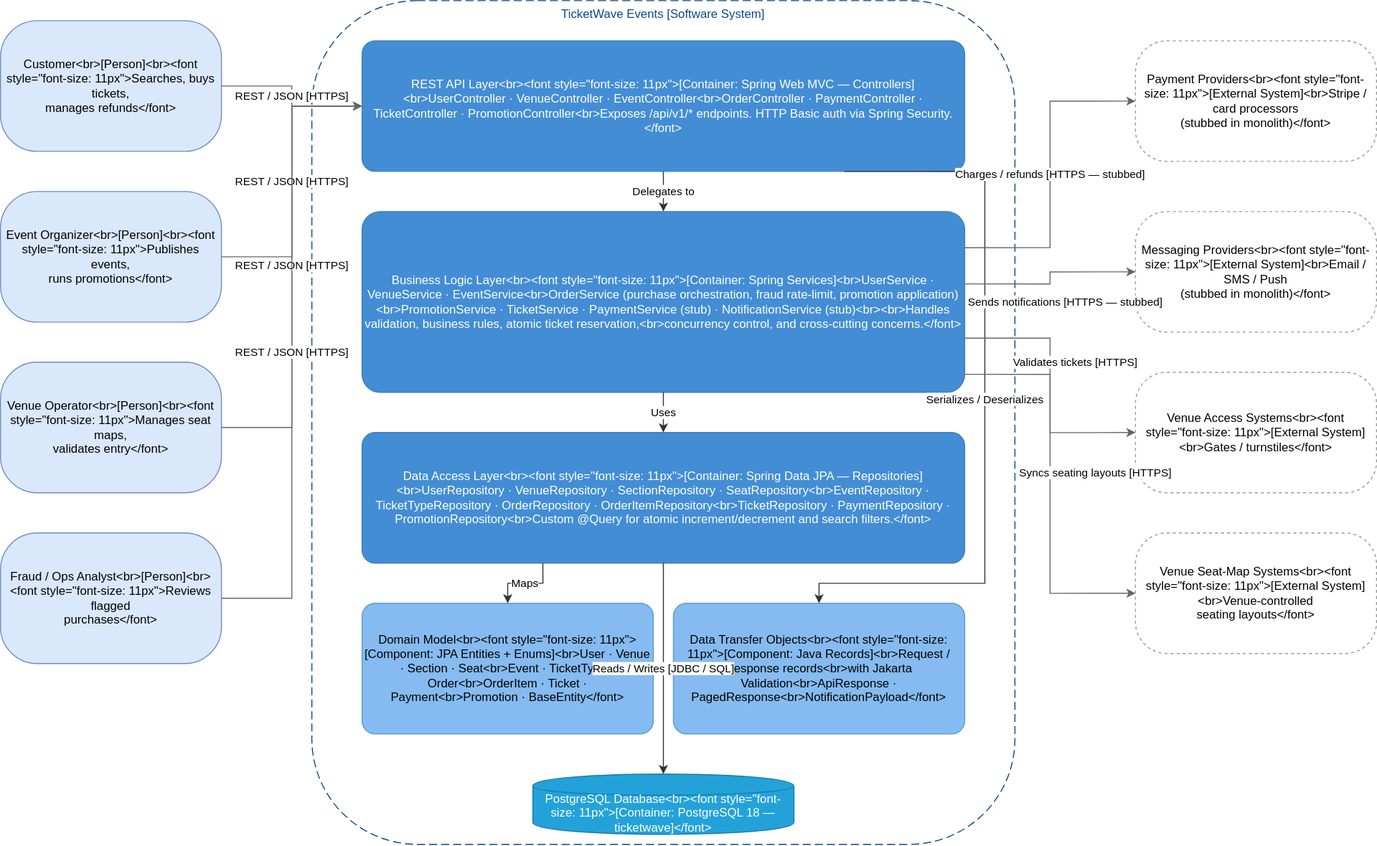
Earlier version of the draw.io export diagrams/c4model/ticketwave-c2-container.drawio.svg (Juanchoque1206/soe-TicketWave). Source tidied: cells renumbered, new cells last; positions are measured from the earlier drawing's top-left corner, leaving out a move shared by most shapes.
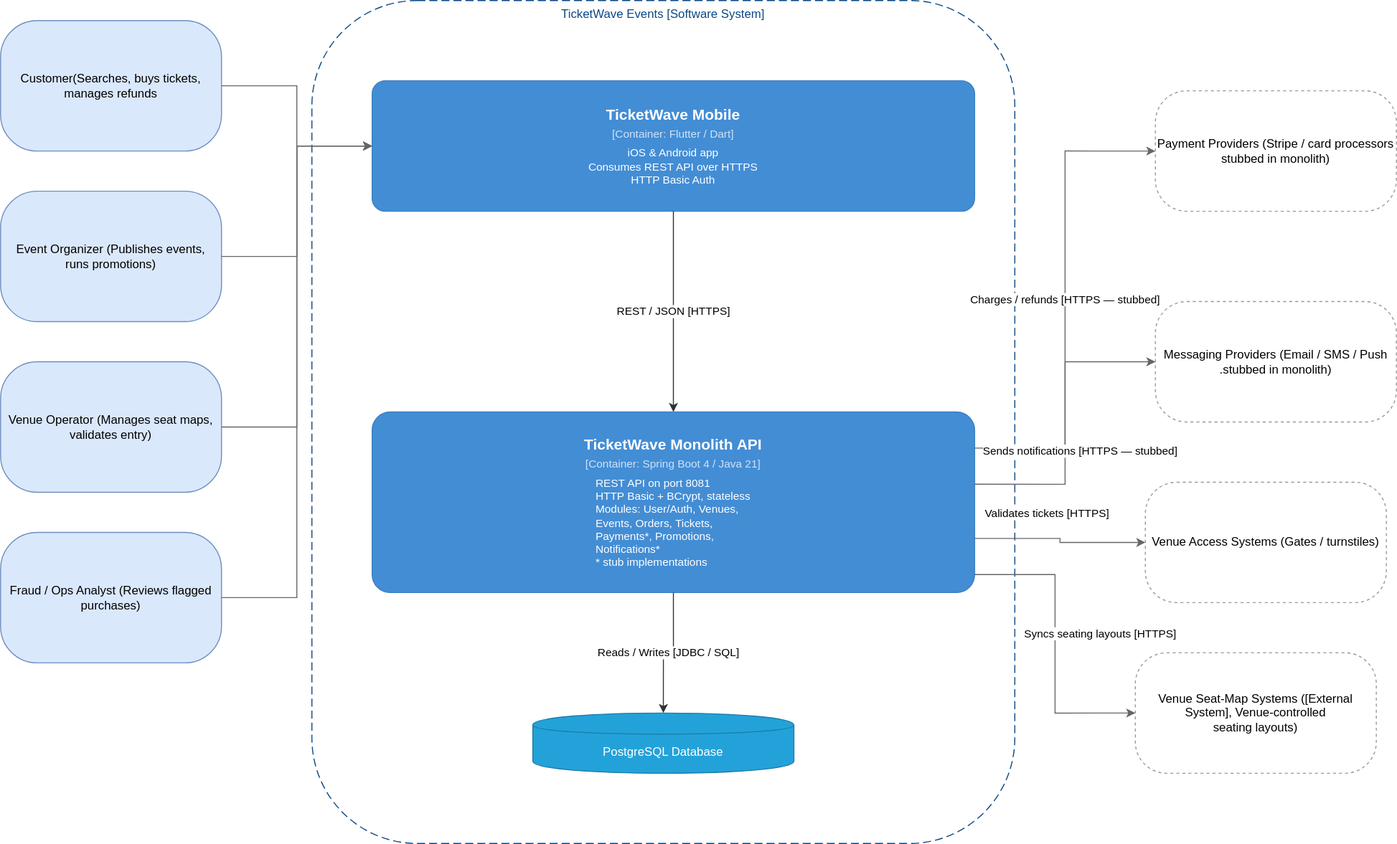
After the commit.

Diff of the diagram source:
```diff
@@ -2,82 +2,58 @@
   <root>
     <mxCell id="0" />
     <mxCell id="1" parent="0" />
-    <mxCell id="2" value="Customer&amp;lt;br&amp;gt;[Person]&amp;lt;br&amp;gt;&amp;lt;font style=&amp;quot;font-size: 11px&amp;quot;&amp;gt;Searches, buys tickets,&lt;br /&gt;manages refunds&amp;lt;/font&amp;gt;" style="rounded=1;whiteSpace=wrap;html=1;fillColor=#dae8fc;strokeColor=#6c8ebf;arcSize=28;" parent="1" vertex="1">
+    <mxCell id="2" value="Customer(Searches, buys tickets,&lt;br&gt;manages refunds" style="rounded=1;whiteSpace=wrap;html=1;fillColor=#dae8fc;strokeColor=#6c8ebf;arcSize=28;" parent="1" vertex="1">
       <mxGeometry y="20" width="220" height="130" as="geometry" />
     </mxCell>
-    <mxCell id="3" value="Event Organizer&amp;lt;br&amp;gt;[Person]&amp;lt;br&amp;gt;&amp;lt;font style=&amp;quot;font-size: 11px&amp;quot;&amp;gt;Publishes events,&lt;br /&gt;runs promotions&amp;lt;/font&amp;gt;" style="rounded=1;whiteSpace=wrap;html=1;fillColor=#dae8fc;strokeColor=#6c8ebf;arcSize=28;" parent="1" vertex="1">
+    <mxCell id="3" value="Event Organizer (Publishes events,&lt;br&gt;runs promotions)" style="rounded=1;whiteSpace=wrap;html=1;fillColor=#dae8fc;strokeColor=#6c8ebf;arcSize=28;" parent="1" vertex="1">
       <mxGeometry y="190" width="220" height="130" as="geometry" />
     </mxCell>
-    <mxCell id="4" value="Venue Operator&amp;lt;br&amp;gt;[Person]&amp;lt;br&amp;gt;&amp;lt;font style=&amp;quot;font-size: 11px&amp;quot;&amp;gt;Manages seat maps,&lt;br /&gt;validates entry&amp;lt;/font&amp;gt;" style="rounded=1;whiteSpace=wrap;html=1;fillColor=#dae8fc;strokeColor=#6c8ebf;arcSize=28;" parent="1" vertex="1">
+    <mxCell id="4" value="Venue Operator (Manages seat maps,&lt;br&gt;validates entry)" style="rounded=1;whiteSpace=wrap;html=1;fillColor=#dae8fc;strokeColor=#6c8ebf;arcSize=28;" parent="1" vertex="1">
       <mxGeometry y="360" width="220" height="130" as="geometry" />
     </mxCell>
-    <mxCell id="5" value="Fraud / Ops Analyst&amp;lt;br&amp;gt;[Person]&amp;lt;br&amp;gt;&amp;lt;font style=&amp;quot;font-size: 11px&amp;quot;&amp;gt;Reviews flagged&lt;br /&gt;purchases&amp;lt;/font&amp;gt;" style="rounded=1;whiteSpace=wrap;html=1;fillColor=#dae8fc;strokeColor=#6c8ebf;arcSize=28;" parent="1" vertex="1">
+    <mxCell id="5" value="Fraud / Ops Analyst (Reviews flagged&lt;br&gt;purchases)" style="rounded=1;whiteSpace=wrap;html=1;fillColor=#dae8fc;strokeColor=#6c8ebf;arcSize=28;" parent="1" vertex="1">
       <mxGeometry y="530" width="220" height="130" as="geometry" />
     </mxCell>
     <mxCell id="6" value="TicketWave Events [Software System]" style="group;rounded=1;whiteSpace=wrap;html=1;dashed=1;strokeColor=#0b4884;fillColor=none;fontColor=#0b4884;dashPattern=8 4;" parent="1" vertex="1">
       <mxGeometry x="310" width="700" height="840" as="geometry" />
     </mxCell>
-    <mxCell id="7" value="REST API Layer&amp;lt;br&amp;gt;&amp;lt;font style=&amp;quot;font-size: 11px&amp;quot;&amp;gt;[Container: Spring Web MVC — Controllers]&amp;lt;br&amp;gt;UserController · VenueController · EventController&amp;lt;br&amp;gt;OrderController · PaymentController · TicketController · PromotionController&amp;lt;br&amp;gt;Exposes /api/v1/* endpoints. HTTP Basic auth via Spring Security.&amp;lt;/font&amp;gt;" style="rounded=1;whiteSpace=wrap;html=1;fillColor=#438dd5;strokeColor=#3c7fc0;fontColor=#ffffff;arcSize=10;" parent="1" vertex="1">
-      <mxGeometry x="360" y="40" width="600" height="130" as="geometry" />
+    <mxCell id="7" value="&lt;div style=&quot;border-color: rgb(218, 220, 224); font-size: 15px; font-weight: bold; margin-bottom: 4px;&quot;&gt;TicketWave Mobile&lt;/div&gt;&lt;div style=&quot;border-color: rgb(218, 220, 224); font-size: 11px; color: rgb(207, 227, 247); margin-bottom: 6px;&quot;&gt;[Container: Flutter / Dart]&lt;/div&gt;&lt;div style=&quot;border-color: rgb(218, 220, 224); font-size: 11px;&quot;&gt;iOS &amp;amp; Android app&lt;/div&gt;&lt;div style=&quot;border-color: rgb(218, 220, 224); font-size: 11px;&quot;&gt;Consumes REST API over HTTPS&lt;/div&gt;&lt;div style=&quot;border-color: rgb(218, 220, 224); font-size: 11px;&quot;&gt;HTTP Basic Auth&lt;/div&gt;" style="rounded=1;whiteSpace=wrap;html=1;fillColor=#438dd5;strokeColor=#3c7fc0;fontColor=#ffffff;arcSize=10;" parent="1" vertex="1">
+      <mxGeometry x="370" y="80" width="600" height="130" as="geometry" />
     </mxCell>
-    <mxCell id="8" value="Business Logic Layer&amp;lt;br&amp;gt;&amp;lt;font style=&amp;quot;font-size: 11px&amp;quot;&amp;gt;[Container: Spring Services]&amp;lt;br&amp;gt;UserService · VenueService · EventService&amp;lt;br&amp;gt;OrderService (purchase orchestration, fraud rate-limit, promotion application)&amp;lt;br&amp;gt;PromotionService · TicketService · PaymentService (stub) · NotificationService (stub)&amp;lt;br&amp;gt;&amp;lt;br&amp;gt;Handles validation, business rules, atomic ticket reservation,&amp;lt;br&amp;gt;concurrency control, and cross-cutting concerns.&amp;lt;/font&amp;gt;" style="rounded=1;whiteSpace=wrap;html=1;fillColor=#438dd5;strokeColor=#3c7fc0;fontColor=#ffffff;arcSize=10;" parent="1" vertex="1">
-      <mxGeometry x="360" y="210" width="600" height="180" as="geometry" />
+    <mxCell id="8" value="&lt;div style=&quot;border-color: rgb(218, 220, 224); font-size: 15px; font-weight: bold; margin-bottom: 4px;&quot;&gt;TicketWave Monolith API&lt;/div&gt;&lt;div style=&quot;border-color: rgb(218, 220, 224); font-size: 11px; color: rgb(207, 227, 247); margin-bottom: 6px;&quot;&gt;[Container: Spring Boot 4 / Java 21]&lt;/div&gt;&lt;div style=&quot;border-color: rgb(218, 220, 224); font-size: 11px; text-align: left; padding: 0px 14px;&quot;&gt;REST API on port 8081&lt;br style=&quot;border-color: rgb(218, 220, 224);&quot;&gt;HTTP Basic + BCrypt, stateless&lt;br style=&quot;border-color: rgb(218, 220, 224);&quot;&gt;Modules: User/Auth, Venues,&lt;br style=&quot;border-color: rgb(218, 220, 224);&quot;&gt;Events, Orders, Tickets,&lt;br style=&quot;border-color: rgb(218, 220, 224);&quot;&gt;Payments*, Promotions,&lt;br style=&quot;border-color: rgb(218, 220, 224);&quot;&gt;Notifications*&lt;br style=&quot;border-color: rgb(218, 220, 224);&quot;&gt;* stub implementations&lt;/div&gt;" style="rounded=1;whiteSpace=wrap;html=1;fillColor=#438dd5;strokeColor=#3c7fc0;fontColor=#ffffff;arcSize=10;" parent="1" vertex="1">
+      <mxGeometry x="370" y="410" width="600" height="180" as="geometry" />
     </mxCell>
-    <mxCell id="9" value="Data Access Layer&amp;lt;br&amp;gt;&amp;lt;font style=&amp;quot;font-size: 11px&amp;quot;&amp;gt;[Container: Spring Data JPA — Repositories]&amp;lt;br&amp;gt;UserRepository · VenueRepository · SectionRepository · SeatRepository&amp;lt;br&amp;gt;EventRepository · TicketTypeRepository · OrderRepository · OrderItemRepository&amp;lt;br&amp;gt;TicketRepository · PaymentRepository · PromotionRepository&amp;lt;br&amp;gt;Custom @Query for atomic increment/decrement and search filters.&amp;lt;/font&amp;gt;" style="rounded=1;whiteSpace=wrap;html=1;fillColor=#438dd5;strokeColor=#3c7fc0;fontColor=#ffffff;arcSize=10;" parent="1" vertex="1">
-      <mxGeometry x="360" y="430" width="600" height="130" as="geometry" />
-    </mxCell>
-    <mxCell id="10" value="Domain Model&amp;lt;br&amp;gt;&amp;lt;font style=&amp;quot;font-size: 11px&amp;quot;&amp;gt;[Component: JPA Entities + Enums]&amp;lt;br&amp;gt;User · Venue · Section · Seat&amp;lt;br&amp;gt;Event · TicketType · Order&amp;lt;br&amp;gt;OrderItem · Ticket · Payment&amp;lt;br&amp;gt;Promotion · BaseEntity&amp;lt;/font&amp;gt;" style="rounded=1;whiteSpace=wrap;html=1;fillColor=#85bbf0;strokeColor=#5a9bd4;arcSize=10;" parent="1" vertex="1">
-      <mxGeometry x="360" y="600" width="290" height="130" as="geometry" />
-    </mxCell>
-    <mxCell id="11" value="Data Transfer Objects&amp;lt;br&amp;gt;&amp;lt;font style=&amp;quot;font-size: 11px&amp;quot;&amp;gt;[Component: Java Records]&amp;lt;br&amp;gt;Request / Response records&amp;lt;br&amp;gt;with Jakarta Validation&amp;lt;br&amp;gt;ApiResponse · PagedResponse&amp;lt;br&amp;gt;NotificationPayload&amp;lt;/font&amp;gt;" style="rounded=1;whiteSpace=wrap;html=1;fillColor=#85bbf0;strokeColor=#5a9bd4;arcSize=10;" parent="1" vertex="1">
-      <mxGeometry x="670" y="600" width="290" height="130" as="geometry" />
-    </mxCell>
-    <mxCell id="12" value="PostgreSQL Database&amp;lt;br&amp;gt;&amp;lt;font style=&amp;quot;font-size: 11px&amp;quot;&amp;gt;[Container: PostgreSQL 18 — ticketwave]&amp;lt;/font&amp;gt;" style="shape=cylinder;whiteSpace=wrap;html=1;boundedLbl=1;backgroundOutline=1;fillColor=#23a2d9;strokeColor=#1a7da8;fontColor=#ffffff;" parent="1" vertex="1">
-      <mxGeometry x="530" y="770" width="260" height="60" as="geometry" />
+    <mxCell id="12" value="PostgreSQL Database" style="shape=cylinder;whiteSpace=wrap;html=1;boundedLbl=1;backgroundOutline=1;fillColor=#23a2d9;strokeColor=#1a7da8;fontColor=#ffffff;" parent="1" vertex="1">
+      <mxGeometry x="530" y="710" width="260" height="60" as="geometry" />
     </mxCell>
-    <mxCell id="13" value="Payment Providers&amp;lt;br&amp;gt;&amp;lt;font style=&amp;quot;font-size: 11px&amp;quot;&amp;gt;[External System]&amp;lt;br&amp;gt;Stripe / card processors&lt;br /&gt;(stubbed in monolith)&amp;lt;/font&amp;gt;" style="rounded=1;whiteSpace=wrap;html=1;fillColor=#ffffff;strokeColor=#999999;dashed=1;arcSize=26;" parent="1" vertex="1">
-      <mxGeometry x="1130" y="40" width="240" height="120" as="geometry" />
+    <mxCell id="13" value="Payment Providers (Stripe / card processors&lt;br&gt;stubbed in monolith)" style="rounded=1;whiteSpace=wrap;html=1;fillColor=#ffffff;strokeColor=#999999;dashed=1;arcSize=26;" parent="1" vertex="1">
+      <mxGeometry x="1150" y="90" width="240" height="120" as="geometry" />
     </mxCell>
-    <mxCell id="14" value="Messaging Providers&amp;lt;br&amp;gt;&amp;lt;font style=&amp;quot;font-size: 11px&amp;quot;&amp;gt;[External System]&amp;lt;br&amp;gt;Email / SMS / Push&lt;br /&gt;(stubbed in monolith)&amp;lt;/font&amp;gt;" style="rounded=1;whiteSpace=wrap;html=1;fillColor=#ffffff;strokeColor=#999999;dashed=1;arcSize=26;" parent="1" vertex="1">
-      <mxGeometry x="1130" y="210" width="240" height="120" as="geometry" />
+    <mxCell id="14" value="Messaging Providers (Email / SMS / Push&lt;br&gt;.stubbed in monolith)" style="rounded=1;whiteSpace=wrap;html=1;fillColor=#ffffff;strokeColor=#999999;dashed=1;arcSize=26;" parent="1" vertex="1">
+      <mxGeometry x="1150" y="300" width="240" height="120" as="geometry" />
     </mxCell>
-    <mxCell id="15" value="Venue Access Systems&amp;lt;br&amp;gt;&amp;lt;font style=&amp;quot;font-size: 11px&amp;quot;&amp;gt;[External System]&amp;lt;br&amp;gt;Gates / turnstiles&amp;lt;/font&amp;gt;" style="rounded=1;whiteSpace=wrap;html=1;fillColor=#ffffff;strokeColor=#999999;dashed=1;arcSize=26;" parent="1" vertex="1">
-      <mxGeometry x="1130" y="370" width="240" height="120" as="geometry" />
+    <mxCell id="15" value="Venue Access Systems (Gates / turnstiles)" style="rounded=1;whiteSpace=wrap;html=1;fillColor=#ffffff;strokeColor=#999999;dashed=1;arcSize=26;" parent="1" vertex="1">
+      <mxGeometry x="1140" y="480" width="240" height="120" as="geometry" />
     </mxCell>
-    <mxCell id="16" value="Venue Seat-Map Systems&amp;lt;br&amp;gt;&amp;lt;font style=&amp;quot;font-size: 11px&amp;quot;&amp;gt;[External System]&amp;lt;br&amp;gt;Venue-controlled&lt;br /&gt;seating layouts&amp;lt;/font&amp;gt;" style="rounded=1;whiteSpace=wrap;html=1;fillColor=#ffffff;strokeColor=#999999;dashed=1;arcSize=26;" parent="1" vertex="1">
-      <mxGeometry x="1130" y="530" width="240" height="120" as="geometry" />
+    <mxCell id="16" value="Venue Seat-Map Systems ([External System], Venue-controlled&lt;br&gt;seating layouts)" style="rounded=1;whiteSpace=wrap;html=1;fillColor=#ffffff;strokeColor=#999999;dashed=1;arcSize=26;" parent="1" vertex="1">
+      <mxGeometry x="1130" y="650" width="240" height="120" as="geometry" />
     </mxCell>
-    <mxCell id="17" value="REST / JSON [HTTPS]" style="edgeStyle=orthogonalEdgeStyle;rounded=0;html=1;exitX=1;exitY=0.5;entryX=0;entryY=0.5;strokeColor=#666666;" parent="1" edge="1" source="2" target="7">
+    <mxCell id="17" style="edgeStyle=orthogonalEdgeStyle;rounded=0;html=1;exitX=1;exitY=0.5;entryX=0;entryY=0.5;strokeColor=#666666;" parent="1" edge="1" source="2" target="7">
       <mxGeometry relative="1" as="geometry" />
     </mxCell>
-    <mxCell id="18" value="REST / JSON [HTTPS]" style="edgeStyle=orthogonalEdgeStyle;rounded=0;html=1;exitX=1;exitY=0.5;entryX=0;entryY=0.5;strokeColor=#666666;" parent="1" edge="1" source="3" target="7">
+    <mxCell id="18" style="edgeStyle=orthogonalEdgeStyle;rounded=0;html=1;exitX=1;exitY=0.5;entryX=0;entryY=0.5;strokeColor=#666666;" parent="1" edge="1" source="3" target="7">
       <mxGeometry relative="1" as="geometry" />
     </mxCell>
-    <mxCell id="19" value="REST / JSON [HTTPS]" style="edgeStyle=orthogonalEdgeStyle;rounded=0;html=1;exitX=1;exitY=0.5;entryX=0;entryY=0.5;strokeColor=#666666;" parent="1" edge="1" source="4" target="7">
+    <mxCell id="19" style="edgeStyle=orthogonalEdgeStyle;rounded=0;html=1;exitX=1;exitY=0.5;entryX=0;entryY=0.5;strokeColor=#666666;" parent="1" edge="1" source="4" target="7">
       <mxGeometry relative="1" as="geometry" />
     </mxCell>
-    <mxCell id="20" value="REST / JSON [HTTPS]" style="edgeStyle=orthogonalEdgeStyle;rounded=0;html=1;exitX=1;exitY=0.5;entryX=0;entryY=0.5;strokeColor=#666666;" parent="1" edge="1" source="5" target="7">
+    <mxCell id="20" style="edgeStyle=orthogonalEdgeStyle;rounded=0;html=1;exitX=1;exitY=0.5;entryX=0;entryY=0.5;strokeColor=#666666;" parent="1" edge="1" source="5" target="7">
       <mxGeometry relative="1" as="geometry" />
     </mxCell>
-    <mxCell id="21" value="Delegates to" style="edgeStyle=orthogonalEdgeStyle;rounded=0;html=1;exitX=0.5;exitY=1;entryX=0.5;entryY=0;strokeColor=#333333;" parent="1" edge="1" source="7" target="8">
+    <mxCell id="21" value="REST / JSON [HTTPS]" style="edgeStyle=orthogonalEdgeStyle;rounded=0;html=1;exitX=0.5;exitY=1;entryX=0.5;entryY=0;strokeColor=#333333;" parent="1" edge="1" source="7" target="8">
       <mxGeometry relative="1" as="geometry" />
     </mxCell>
-    <mxCell id="22" value="Uses" style="edgeStyle=orthogonalEdgeStyle;rounded=0;html=1;exitX=0.5;exitY=1;entryX=0.5;entryY=0;strokeColor=#333333;" parent="1" edge="1" source="8" target="9">
-      <mxGeometry relative="1" as="geometry" />
-    </mxCell>
-    <mxCell id="23" value="Maps" style="edgeStyle=orthogonalEdgeStyle;rounded=0;html=1;exitX=0.3;exitY=1;entryX=0.5;entryY=0;strokeColor=#333333;" parent="1" edge="1" source="9" target="10">
-      <mxGeometry relative="1" as="geometry" />
-    </mxCell>
-    <mxCell id="24" value="Serializes / Deserializes" style="edgeStyle=orthogonalEdgeStyle;rounded=0;html=1;exitX=0.8;exitY=1;entryX=0.5;entryY=0;strokeColor=#333333;" parent="1" edge="1" source="7" target="11">
-      <mxGeometry relative="1" as="geometry">
-        <Array as="points">
-          <mxPoint x="980" y="170" />
-          <mxPoint x="980" y="580" />
-          <mxPoint x="815" y="580" />
-        </Array>
-      </mxGeometry>
-    </mxCell>
-    <mxCell id="25" value="Reads / Writes [JDBC / SQL]" style="edgeStyle=orthogonalEdgeStyle;rounded=0;html=1;exitX=0.5;exitY=1;entryX=0.5;entryY=0;strokeColor=#333333;" parent="1" edge="1" source="9" target="12">
+    <mxCell id="25" value="Reads / Writes [JDBC / SQL]" style="edgeStyle=orthogonalEdgeStyle;rounded=0;html=1;exitX=0.5;exitY=1;entryX=0.5;entryY=0;strokeColor=#333333;exitDx=0;exitDy=0;" parent="1" edge="1" source="8" target="12">
       <mxGeometry relative="1" as="geometry" />
     </mxCell>
     <mxCell id="26" value="Charges / refunds [HTTPS — stubbed]" style="edgeStyle=orthogonalEdgeStyle;rounded=0;html=1;exitX=1;exitY=0.2;entryX=0;entryY=0.5;strokeColor=#666666;" parent="1" edge="1" source="8" target="13">
```
